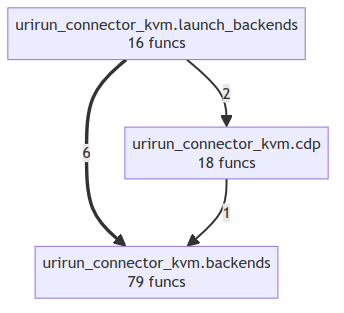
Earlier version of the Mermaid export project/compact_flow.png (if-uri/urirun-connector-kvm). Its source is kept beside it as project/compact_flow.mmd.
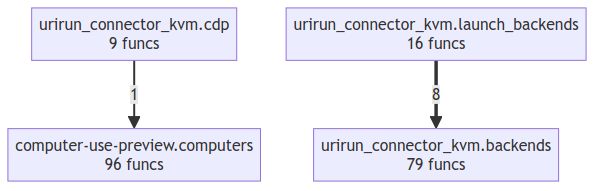
After the change.

Change to the diagram source:
```diff
@@ -1,7 +1,7 @@
 flowchart TD
+    computer_use_preview__computers["computer-use-preview.computers<br/>96 funcs"]
     urirun_connector_kvm__backends["urirun_connector_kvm.backends<br/>79 funcs"]
-    urirun_connector_kvm__cdp["urirun_connector_kvm.cdp<br/>18 funcs"]
+    urirun_connector_kvm__cdp["urirun_connector_kvm.cdp<br/>9 funcs"]
     urirun_connector_kvm__launch_backends["urirun_connector_kvm.launch_backends<br/>16 funcs"]
-    urirun_connector_kvm__launch_backends ==>|6| urirun_connector_kvm__backends
-    urirun_connector_kvm__launch_backends -->|2| urirun_connector_kvm__cdp
-    urirun_connector_kvm__cdp -->|1| urirun_connector_kvm__backends
+    urirun_connector_kvm__launch_backends ==>|8| urirun_connector_kvm__backends
+    urirun_connector_kvm__cdp -->|1| computer_use_preview__computers
```
